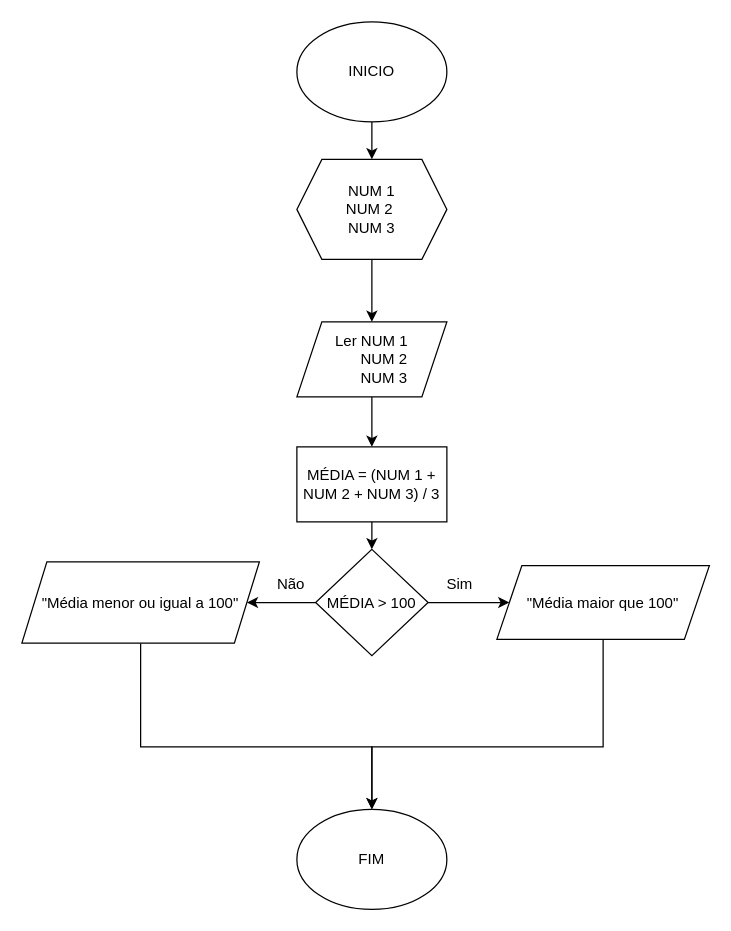
Earlier version of the draw.io diagram Atividades_LP1/Atividade2Questão7.drawio (Hevee06/Projetos_Diagrama.oi). Source tidied: cells renumbered, new cells numbered last; positions are measured from the earlier drawing's top-left corner, leaving out a move shared by most shapes. Both pictures are drawn from the tidied source at 125%, with x=0, y=0 at pixel (21, 21).
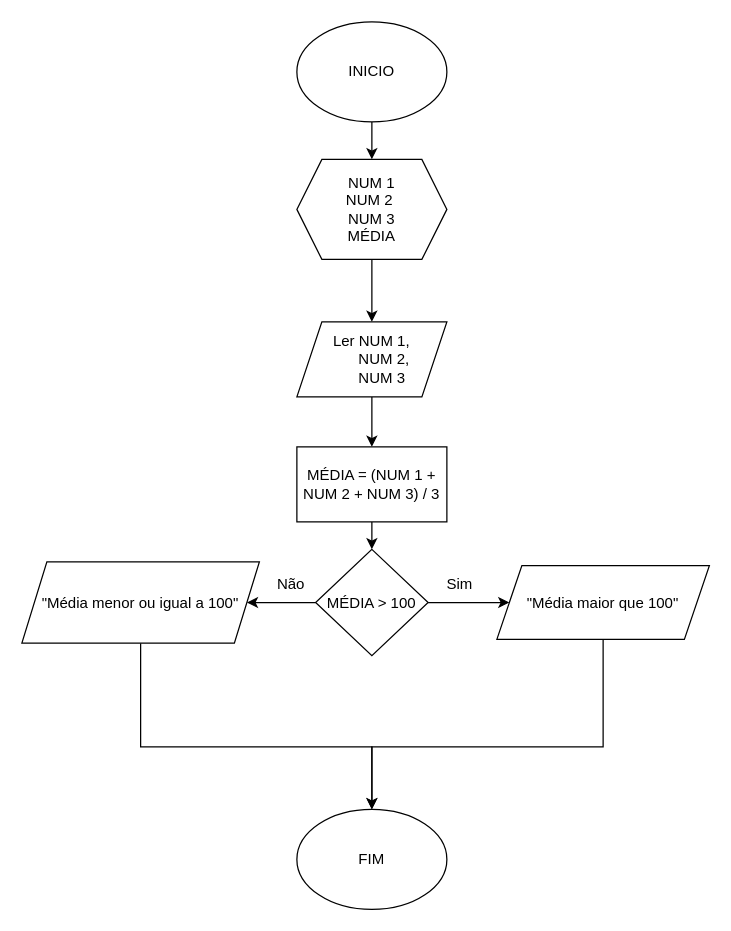
After the change.

Diff of the diagram source:
```diff
@@
-    <mxCell id="5" value="NUM 1&lt;div&gt;NUM 2&amp;nbsp;&lt;/div&gt;&lt;div&gt;NUM 3&lt;/div&gt;" style="shape=hexagon;perimeter=hexagonPerimeter2;whiteSpace=wrap;html=1;fixedSize=1;" parent="1" vertex="1">
+    <mxCell id="5" value="NUM 1&lt;div&gt;NUM 2&amp;nbsp;&lt;/div&gt;&lt;div&gt;NUM 3&lt;/div&gt;&lt;div&gt;MÉDIA&lt;/div&gt;" style="shape=hexagon;perimeter=hexagonPerimeter2;whiteSpace=wrap;html=1;fixedSize=1;" parent="1" vertex="1">
       <mxGeometry x="220" y="110" width="120" height="80" as="geometry" />
     </mxCell>
@@
-    <mxCell id="7" value="Ler NUM 1&lt;div&gt;&amp;nbsp; &amp;nbsp; &amp;nbsp; NUM 2&lt;/div&gt;&lt;div&gt;&amp;nbsp; &amp;nbsp; &amp;nbsp; NUM 3&lt;/div&gt;" style="shape=parallelogram;perimeter=parallelogramPerimeter;whiteSpace=wrap;html=1;fixedSize=1;" parent="1" vertex="1">
+    <mxCell id="7" value="Ler NUM 1,&lt;div&gt;&amp;nbsp; &amp;nbsp; &amp;nbsp; NUM 2,&lt;/div&gt;&lt;div&gt;&amp;nbsp; &amp;nbsp; &amp;nbsp;NUM 3&lt;/div&gt;" style="shape=parallelogram;perimeter=parallelogramPerimeter;whiteSpace=wrap;html=1;fixedSize=1;" parent="1" vertex="1">
       <mxGeometry x="220" y="240" width="120" height="60" as="geometry" />
     </mxCell>
```
